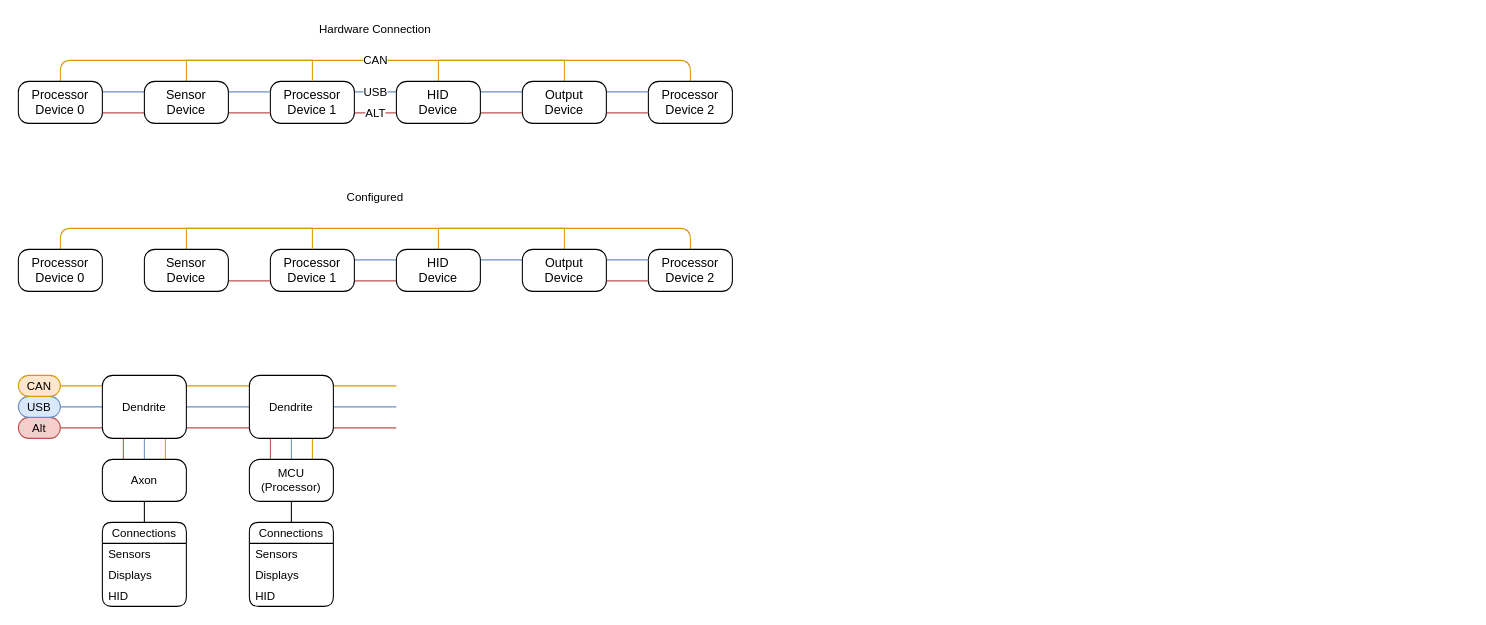
Cyberspecies/Synth-Head keeps this draw.io diagram as Documents/Synapse.drawio. Above is the earlier version. Source tidied: cells renumbered, new cells numbered last; positions are measured from the earlier drawing's top-left corner, leaving out a move shared by most shapes. Both pictures are drawn from the tidied source at 105%, with x=0, y=0 at pixel (18, 18).
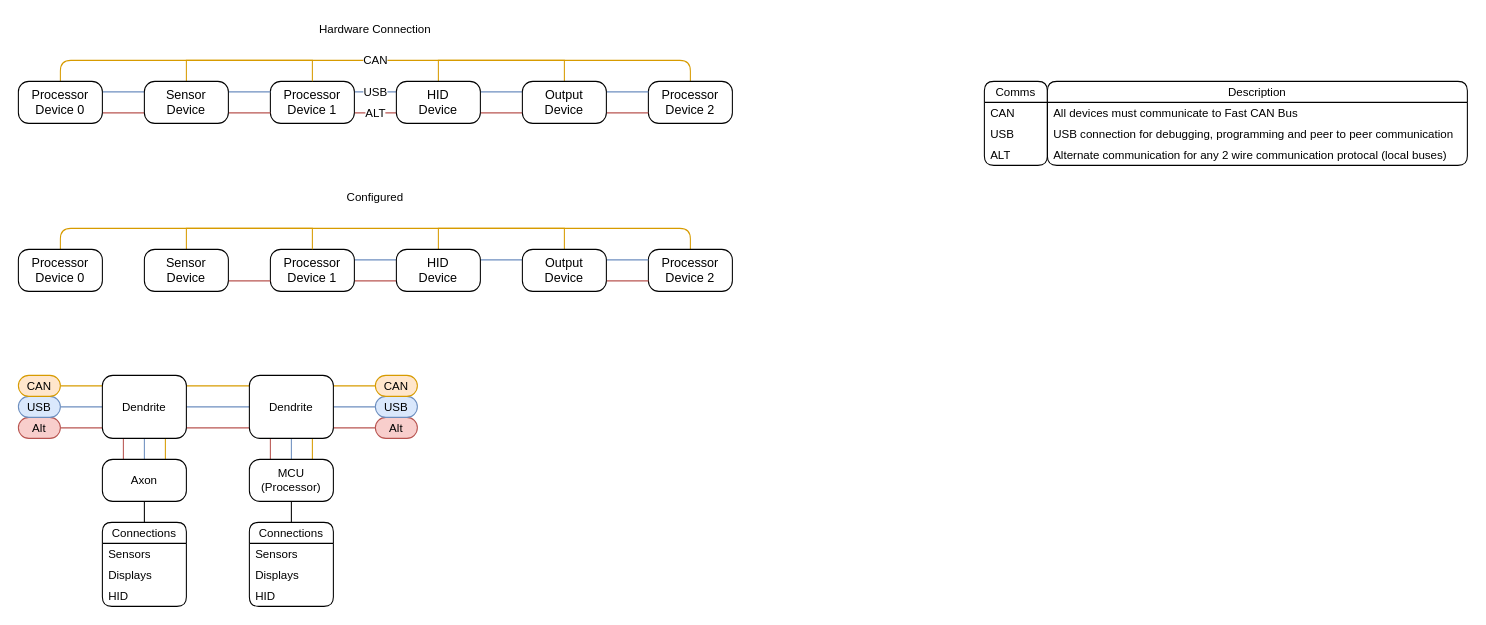
The same diagram, later.

Commit message:
Added Communication purpose/description

The change refers to these unchanged cells:
```xml
<mxCell id="2" value="Alt" style="rounded=1;whiteSpace=wrap;html=1;absoluteArcSize=1;fontFamily=Helvetica;fontSize=11;labelBackgroundColor=none;fillColor=#f8cecc;strokeColor=#b85450;" parent="1" vertex="1">
  <mxGeometry y="380" width="40" height="20" as="geometry" />
</mxCell>
<mxCell id="40" value="USB" style="rounded=1;whiteSpace=wrap;html=1;absoluteArcSize=1;fontFamily=Helvetica;fontSize=11;labelBackgroundColor=none;fillColor=#dae8fc;strokeColor=#6c8ebf;" parent="1" vertex="1">
  <mxGeometry y="360" width="40" height="20" as="geometry" />
</mxCell>
<mxCell id="42" value="CAN" style="rounded=1;whiteSpace=wrap;html=1;absoluteArcSize=1;fontFamily=Helvetica;fontSize=11;labelBackgroundColor=none;fillColor=#ffe6cc;strokeColor=#d79b00;" parent="1" vertex="1">
  <mxGeometry y="340" width="40" height="20" as="geometry" />
</mxCell>
```

Change to the diagram source:
```diff
@@
-    <mxCell id="39" style="edgeStyle=orthogonalEdgeStyle;shape=connector;rounded=0;jettySize=auto;html=1;exitX=1;exitY=0.5;exitDx=0;exitDy=0;strokeColor=#6c8ebf;align=center;verticalAlign=middle;fontFamily=Helvetica;fontSize=11;fontColor=default;labelBackgroundColor=default;endArrow=none;endFill=0;fillColor=#dae8fc;" parent="1" edge="1" source="40">
-      <mxGeometry relative="1" as="geometry">
-        <mxPoint x="360" y="370" as="targetPoint" />
-      </mxGeometry>
+    <mxCell id="39" style="edgeStyle=orthogonalEdgeStyle;shape=connector;rounded=0;jettySize=auto;html=1;exitX=1;exitY=0.5;exitDx=0;exitDy=0;strokeColor=#6c8ebf;align=center;verticalAlign=middle;fontFamily=Helvetica;fontSize=11;fontColor=default;labelBackgroundColor=default;endArrow=none;endFill=0;fillColor=#dae8fc;entryX=0;entryY=0.5;entryDx=0;entryDy=0;" parent="1" edge="1" source="40" target="67">
+      <mxGeometry relative="1" as="geometry" />
     </mxCell>
@@
-    <mxCell id="41" style="edgeStyle=orthogonalEdgeStyle;shape=connector;rounded=0;jettySize=auto;html=1;exitX=1;exitY=0.5;exitDx=0;exitDy=0;strokeColor=#d79b00;align=center;verticalAlign=middle;fontFamily=Helvetica;fontSize=11;fontColor=default;labelBackgroundColor=default;endArrow=none;endFill=0;fillColor=#ffe6cc;" parent="1" edge="1" source="42">
-      <mxGeometry relative="1" as="geometry">
-        <mxPoint x="360" y="350" as="targetPoint" />
-      </mxGeometry>
+    <mxCell id="41" style="edgeStyle=orthogonalEdgeStyle;shape=connector;rounded=0;jettySize=auto;html=1;exitX=1;exitY=0.5;exitDx=0;exitDy=0;strokeColor=#d79b00;align=center;verticalAlign=middle;fontFamily=Helvetica;fontSize=11;fontColor=default;labelBackgroundColor=default;endArrow=none;endFill=0;fillColor=#ffe6cc;entryX=0;entryY=0.5;entryDx=0;entryDy=0;" parent="1" edge="1" source="42" target="68">
+      <mxGeometry relative="1" as="geometry" />
     </mxCell>
@@
-    <mxCell id="43" style="edgeStyle=orthogonalEdgeStyle;shape=connector;rounded=0;jettySize=auto;html=1;exitX=1;exitY=0.5;exitDx=0;exitDy=0;strokeColor=#b85450;align=center;verticalAlign=middle;fontFamily=Helvetica;fontSize=11;fontColor=default;labelBackgroundColor=default;endArrow=none;endFill=0;fillColor=#f8cecc;" parent="1" edge="1" source="2">
-      <mxGeometry relative="1" as="geometry">
-        <mxPoint x="360" y="390" as="targetPoint" />
-      </mxGeometry>
+    <mxCell id="43" style="edgeStyle=orthogonalEdgeStyle;shape=connector;rounded=0;jettySize=auto;html=1;exitX=1;exitY=0.5;exitDx=0;exitDy=0;strokeColor=#b85450;align=center;verticalAlign=middle;fontFamily=Helvetica;fontSize=11;fontColor=default;labelBackgroundColor=default;endArrow=none;endFill=0;fillColor=#f8cecc;entryX=0;entryY=0.5;entryDx=0;entryDy=0;" parent="1" edge="1" source="2" target="66">
+      <mxGeometry relative="1" as="geometry" />
     </mxCell>
@@
+    <mxCell id="66" value="Alt" style="rounded=1;whiteSpace=wrap;html=1;absoluteArcSize=1;fontFamily=Helvetica;fontSize=11;labelBackgroundColor=none;fillColor=#f8cecc;strokeColor=#b85450;" parent="1" vertex="1">
+      <mxGeometry x="340" y="380" width="40" height="20" as="geometry" />
+    </mxCell>
+    <mxCell id="67" value="USB" style="rounded=1;whiteSpace=wrap;html=1;absoluteArcSize=1;fontFamily=Helvetica;fontSize=11;labelBackgroundColor=none;fillColor=#dae8fc;strokeColor=#6c8ebf;" parent="1" vertex="1">
+      <mxGeometry x="340" y="360" width="40" height="20" as="geometry" />
+    </mxCell>
+    <mxCell id="68" value="CAN" style="rounded=1;whiteSpace=wrap;html=1;absoluteArcSize=1;fontFamily=Helvetica;fontSize=11;labelBackgroundColor=none;fillColor=#ffe6cc;strokeColor=#d79b00;" parent="1" vertex="1">
+      <mxGeometry x="340" y="340" width="40" height="20" as="geometry" />
+    </mxCell>
+    <mxCell id="69" value="Comms" style="swimlane;fontStyle=0;horizontal=1;startSize=20;whiteSpace=wrap;html=1;rounded=1;fontFamily=Helvetica;fontSize=11;fontColor=default;labelBackgroundColor=default;" parent="1" vertex="1">
+      <mxGeometry x="920" y="60" width="60" height="80" as="geometry" />
+    </mxCell>
+    <mxCell id="70" value="CAN" style="text;strokeColor=none;fillColor=none;align=left;verticalAlign=middle;spacingLeft=4;spacingRight=4;overflow=hidden;whiteSpace=wrap;html=1;fontFamily=Helvetica;fontSize=11;fontColor=default;labelBackgroundColor=default;" parent="69" vertex="1">
+      <mxGeometry y="20" width="60" height="20" as="geometry" />
+    </mxCell>
+    <mxCell id="71" value="USB" style="text;strokeColor=none;fillColor=none;align=left;verticalAlign=middle;spacingLeft=4;spacingRight=4;overflow=hidden;whiteSpace=wrap;html=1;fontFamily=Helvetica;fontSize=11;fontColor=default;labelBackgroundColor=default;" parent="69" vertex="1">
+      <mxGeometry y="40" width="60" height="20" as="geometry" />
+    </mxCell>
+    <mxCell id="72" value="ALT" style="text;strokeColor=none;fillColor=none;align=left;verticalAlign=middle;spacingLeft=4;spacingRight=4;overflow=hidden;whiteSpace=wrap;html=1;fontFamily=Helvetica;fontSize=11;fontColor=default;labelBackgroundColor=default;" parent="69" vertex="1">
+      <mxGeometry y="60" width="60" height="20" as="geometry" />
+    </mxCell>
+    <mxCell id="73" value="Description" style="swimlane;fontStyle=0;horizontal=1;startSize=20;whiteSpace=wrap;html=1;rounded=1;fontFamily=Helvetica;fontSize=11;fontColor=default;labelBackgroundColor=default;" parent="1" vertex="1">
+      <mxGeometry x="980" y="60" width="400" height="80" as="geometry" />
+    </mxCell>
+    <mxCell id="74" value="All devices must communicate to Fast CAN Bus" style="text;strokeColor=none;fillColor=none;align=left;verticalAlign=middle;spacingLeft=4;spacingRight=4;overflow=hidden;whiteSpace=wrap;html=1;fontFamily=Helvetica;fontSize=11;fontColor=default;labelBackgroundColor=default;" parent="73" vertex="1">
+      <mxGeometry y="20" width="400" height="20" as="geometry" />
+    </mxCell>
+    <mxCell id="75" value="USB connection for debugging, programming and peer to peer communication" style="text;strokeColor=none;fillColor=none;align=left;verticalAlign=middle;spacingLeft=4;spacingRight=4;overflow=hidden;whiteSpace=wrap;html=1;fontFamily=Helvetica;fontSize=11;fontColor=default;labelBackgroundColor=default;" parent="73" vertex="1">
+      <mxGeometry y="40" width="400" height="20" as="geometry" />
+    </mxCell>
+    <mxCell id="76" value="Alternate communication for any 2 wire communication protocal (local buses)" style="text;strokeColor=none;fillColor=none;align=left;verticalAlign=middle;spacingLeft=4;spacingRight=4;overflow=hidden;whiteSpace=wrap;html=1;fontFamily=Helvetica;fontSize=11;fontColor=default;labelBackgroundColor=default;" parent="73" vertex="1">
+      <mxGeometry y="60" width="400" height="20" as="geometry" />
+    </mxCell>
```
